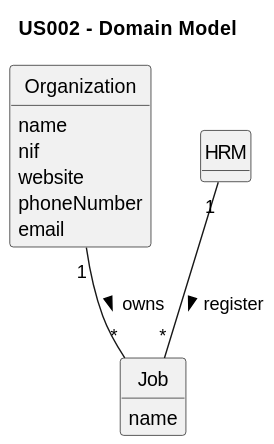
This is docs/sprintB/us002/02.analysis/svg/us002-domain-model.svg from Rui-San/LAPR2_2023_2024, a PlantUML export, as it was before one commit. The source it was exported from:
```plantuml
@startuml
skinparam monochrome true
skinparam packageStyle rectangle
skinparam shadowing false


skinparam classAttributeIconSize 0

hide circle
hide methods

title US002 - Domain Model

class Organization {
    name
    nif
    website
    phoneNumber
    email
}

class Job{
    name
}

class HRM{

}

Organization "1" -- "*" Job : "owns >"
HRM "1" -- "*" Job : "register >"
@enduml
```
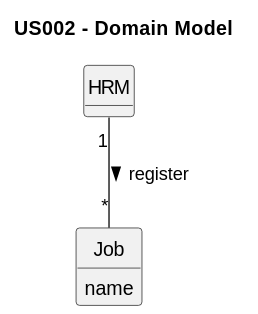
Above is the later version.

Commit message:
US001 and US002: Fixed domain model for this USs based on sprint 1 presentation

Change to the diagram source:
```diff
@@ -11,14 +11,6 @@
 
 title US002 - Domain Model
 
-class Organization {
-    name
-    nif
-    website
-    phoneNumber
-    email
-}
-
 class Job{
     name
 }
@@ -27,6 +19,5 @@
 
 }
 
-Organization "1" -- "*" Job : "owns >"
 HRM "1" -- "*" Job : "register >"
 @enduml
```
